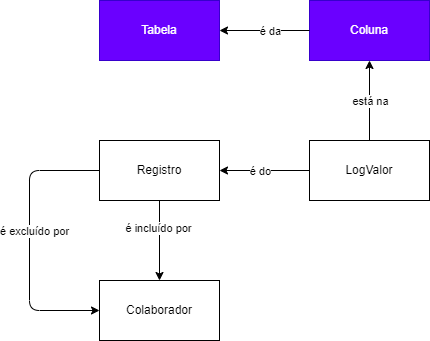
This is analise/mer/auditoria.drawio.png from leandroalveswork/horah, a draw.io export, as it was before one commit. Source tidied: cells renumbered, new cells last; positions are measured from the earlier drawing's top-left corner, leaving out a move shared by most shapes.
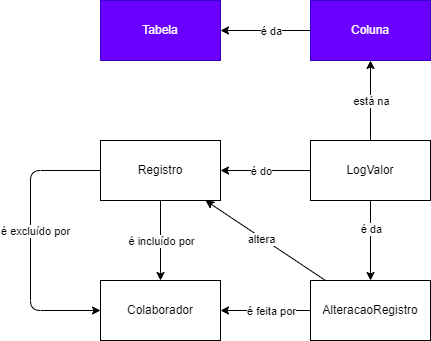
Later version of the same file.

Diff of the diagram source:
```diff
@@ -39,7 +39,9 @@
       <mxGeometry relative="1" as="geometry" />
     </mxCell>
     <mxCell id="12" value="é incluído por" style="edgeLabel;html=1;align=center;verticalAlign=middle;" parent="11" vertex="1">
-      <mxGeometry x="-0.32" y="-2" relative="1" as="geometry" />
+      <mxGeometry x="-0.32" y="-2" relative="1" as="geometry">
+        <mxPoint x="2" y="13" as="offset" />
+      </mxGeometry>
     </mxCell>
     <mxCell id="13" style="edgeStyle=none;html=1;" parent="1" edge="1" source="15" target="16">
       <mxGeometry relative="1" as="geometry">
@@ -60,5 +62,32 @@
     <mxCell id="16" value="Colaborador" style="rounded=0;whiteSpace=wrap;html=1;" parent="1" vertex="1">
       <mxGeometry x="70" y="280" width="120" height="60" as="geometry" />
     </mxCell>
+    <mxCell id="17" style="edgeStyle=none;html=1;" parent="1" edge="1" source="23" target="16">
+      <mxGeometry relative="1" as="geometry" />
+    </mxCell>
+    <mxCell id="18" value="é feita por" style="edgeLabel;html=1;align=center;verticalAlign=middle;" parent="17" vertex="1">
+      <mxGeometry x="0.29" y="1" relative="1" as="geometry">
+        <mxPoint x="18" y="-1" as="offset" />
+      </mxGeometry>
+    </mxCell>
+    <mxCell id="19" style="edgeStyle=none;html=1;" parent="1" edge="1" source="23" target="15">
+      <mxGeometry relative="1" as="geometry" />
+    </mxCell>
+    <mxCell id="20" value="altera" style="edgeLabel;html=1;align=center;verticalAlign=middle;" parent="19" vertex="1">
+      <mxGeometry x="0.35" y="-1" relative="1" as="geometry">
+        <mxPoint x="16" y="14" as="offset" />
+      </mxGeometry>
+    </mxCell>
+    <mxCell id="21" style="edgeStyle=none;html=1;" parent="1" edge="1" source="10" target="23">
+      <mxGeometry relative="1" as="geometry" />
+    </mxCell>
+    <mxCell id="22" value="é da" style="edgeLabel;html=1;align=center;verticalAlign=middle;" parent="21" vertex="1">
+      <mxGeometry x="-0.3" y="4" relative="1" as="geometry">
+        <mxPoint x="-4" as="offset" />
+      </mxGeometry>
+    </mxCell>
+    <mxCell id="23" value="AlteracaoRegistro" style="rounded=0;whiteSpace=wrap;html=1;" parent="1" vertex="1">
+      <mxGeometry x="280" y="280" width="120" height="60" as="geometry" />
+    </mxCell>
   </root>
 </mxGraphModel>
```
